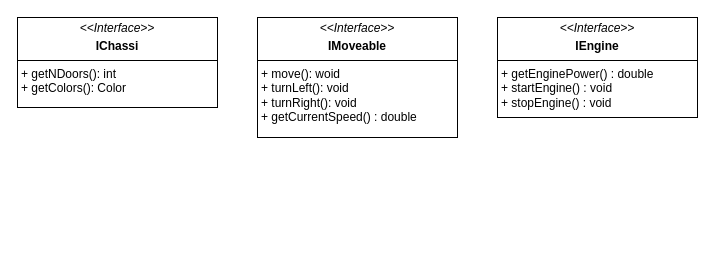
Earlier version of the draw.io diagram page "interfaces" (1 of 5) of docs/Vehicle.drawio (Systemiac/oop_assignments). Source tidied: cells renumbered, new cells numbered last; positions are measured from the earlier drawing's top-left corner, leaving out a move shared by most shapes. Both pictures are drawn from the tidied source at 100%, with x=0, y=0 at pixel (17, 17).
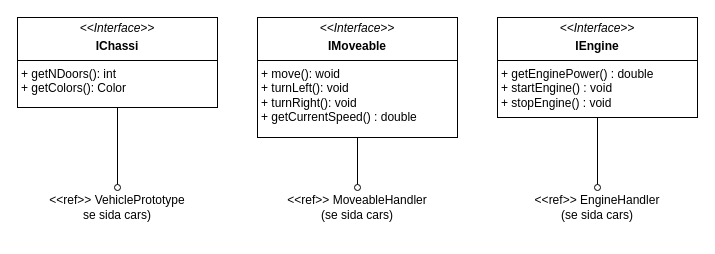
After the change.

Diff of the diagram source:
```diff
@@
 <mxGraphModel>
   <root>
     <mxCell id="0" />
     <mxCell id="1" parent="0" />
     <mxCell id="2" value="&lt;p style=&quot;margin:0px;margin-top:4px;text-align:center;&quot;&gt;&lt;i&gt;&amp;lt;&amp;lt;Interface&amp;gt;&amp;gt;&lt;/i&gt;&lt;/p&gt;&lt;p style=&quot;margin:0px;margin-top:4px;text-align:center;&quot;&gt;&lt;b&gt;IMoveable&lt;/b&gt;&lt;/p&gt;&lt;hr size=&quot;1&quot; style=&quot;border-style:solid;&quot;&gt;&lt;div style=&quot;height:2px;&quot;&gt;&lt;p style=&quot;text-wrap: nowrap; margin: 0px 0px 0px 4px;&quot;&gt;+ move(): woid&lt;br&gt;+ turnLeft(): void&lt;/p&gt;&lt;p style=&quot;text-wrap: nowrap; margin: 0px 0px 0px 4px;&quot;&gt;+ turnRight(): void&lt;/p&gt;&lt;p style=&quot;text-wrap: nowrap; margin: 0px 0px 0px 4px;&quot;&gt;&lt;span style=&quot;background-color: transparent; color: light-dark(rgb(0, 0, 0), rgb(255, 255, 255));&quot;&gt;+ getCurrentSpeed() : double&lt;/span&gt;&lt;br&gt;&lt;/p&gt;&lt;/div&gt;" style="verticalAlign=top;align=left;overflow=fill;html=1;whiteSpace=wrap;" parent="1" vertex="1">
       <mxGeometry x="240" width="200" height="120" as="geometry" />
     </mxCell>
     <mxCell id="3" value="&lt;p style=&quot;margin:0px;margin-top:4px;text-align:center;&quot;&gt;&lt;i&gt;&amp;lt;&amp;lt;Interface&amp;gt;&amp;gt;&lt;/i&gt;&lt;/p&gt;&lt;p style=&quot;margin:0px;margin-top:4px;text-align:center;&quot;&gt;&lt;b&gt;IChassi&lt;/b&gt;&lt;/p&gt;&lt;hr size=&quot;1&quot; style=&quot;border-style:solid;&quot;&gt;&lt;div style=&quot;height:2px;&quot;&gt;&lt;p style=&quot;text-wrap: nowrap; margin: 0px 0px 0px 4px;&quot;&gt;+ getNDoors(): int&lt;br&gt;&lt;/p&gt;&lt;p style=&quot;text-wrap: nowrap; margin: 0px 0px 0px 4px;&quot;&gt;+ getColors(): Color&lt;/p&gt;&lt;/div&gt;" style="verticalAlign=top;align=left;overflow=fill;html=1;whiteSpace=wrap;" parent="1" vertex="1">
       <mxGeometry width="200" height="90" as="geometry" />
     </mxCell>
     <mxCell id="4" value="&lt;p style=&quot;margin:0px;margin-top:4px;text-align:center;&quot;&gt;&lt;i&gt;&amp;lt;&amp;lt;Interface&amp;gt;&amp;gt;&lt;/i&gt;&lt;/p&gt;&lt;p style=&quot;margin:0px;margin-top:4px;text-align:center;&quot;&gt;&lt;b&gt;IEngine&lt;/b&gt;&lt;/p&gt;&lt;hr size=&quot;1&quot; style=&quot;border-style:solid;&quot;&gt;&lt;div style=&quot;height:2px;&quot;&gt;&lt;p style=&quot;text-wrap: nowrap; margin: 0px 0px 0px 4px;&quot;&gt;+ getEnginePower() :&amp;nbsp;&lt;span style=&quot;background-color: transparent; color: light-dark(rgb(0, 0, 0), rgb(255, 255, 255));&quot;&gt;double&lt;/span&gt;&lt;span style=&quot;background-color: transparent; color: light-dark(rgb(0, 0, 0), rgb(255, 255, 255));&quot;&gt;&amp;nbsp;&lt;/span&gt;&lt;/p&gt;&lt;p style=&quot;text-wrap: nowrap; margin: 0px 0px 0px 4px;&quot;&gt;&lt;span style=&quot;background-color: transparent; color: light-dark(rgb(0, 0, 0), rgb(255, 255, 255));&quot;&gt;+ startEngine() : void&lt;/span&gt;&lt;br&gt;&lt;/p&gt;&lt;p style=&quot;text-wrap: nowrap; margin: 0px 0px 0px 4px;&quot;&gt;+ stopEngine() : void&lt;/p&gt;&lt;/div&gt;" style="verticalAlign=top;align=left;overflow=fill;html=1;whiteSpace=wrap;" parent="1" vertex="1">
       <mxGeometry x="480" width="200" height="100" as="geometry" />
     </mxCell>
+    <mxCell id="5" value="&lt;br&gt; &lt;span class=&quot;hljs-symbol&quot;&gt;&amp;lt;&amp;lt;ref&amp;gt;&amp;gt;&lt;/span&gt;&amp;nbsp;VehiclePrototype se sida &lt;span class=&quot;hljs-number&quot;&gt;cars&lt;/span&gt;)&lt;div&gt;&lt;br&gt;&lt;/div&gt;" style="text;html=1;align=center;verticalAlign=middle;whiteSpace=wrap;rounded=0;" parent="1" vertex="1">
+      <mxGeometry x="55" y="170" width="90" height="40" as="geometry" />
+    </mxCell>
+    <mxCell id="6" style="edgeStyle=orthogonalEdgeStyle;rounded=0;jettySize=auto;html=1;endArrow=none;endFill=1;exitX=0.5;exitY=0;exitDx=0;exitDy=0;startFill=0;startArrow=oval;" parent="1" edge="1" source="5" target="3">
+      <mxGeometry relative="1" as="geometry" />
+    </mxCell>
+    <mxCell id="7" value="&lt;br&gt; &lt;span class=&quot;hljs-symbol&quot;&gt;&amp;lt;&amp;lt;ref&amp;gt;&amp;gt;&lt;/span&gt;&amp;nbsp;MoveableHandler (se sida &lt;span class=&quot;hljs-number&quot;&gt;cars&lt;/span&gt;)&lt;div&gt;&lt;br&gt;&lt;/div&gt;" style="text;html=1;align=center;verticalAlign=middle;whiteSpace=wrap;rounded=0;" parent="1" vertex="1">
+      <mxGeometry x="295" y="170" width="90" height="40" as="geometry" />
+    </mxCell>
+    <mxCell id="8" style="edgeStyle=orthogonalEdgeStyle;rounded=0;jettySize=auto;html=1;endArrow=none;endFill=1;exitX=0.5;exitY=0;exitDx=0;exitDy=0;startFill=0;startArrow=oval;" parent="1" edge="1" source="7" target="2">
+      <mxGeometry relative="1" as="geometry" />
+    </mxCell>
+    <mxCell id="9" value="&lt;br&gt; &lt;span class=&quot;hljs-symbol&quot;&gt;&amp;lt;&amp;lt;ref&amp;gt;&amp;gt;&lt;/span&gt;&amp;nbsp;EngineHandler&lt;br&gt;(se sida &lt;span class=&quot;hljs-number&quot;&gt;cars&lt;/span&gt;)&lt;div&gt;&lt;br&gt;&lt;/div&gt;" style="text;html=1;align=center;verticalAlign=middle;whiteSpace=wrap;rounded=0;" parent="1" vertex="1">
+      <mxGeometry x="535" y="170" width="90" height="40" as="geometry" />
+    </mxCell>
+    <mxCell id="10" style="edgeStyle=orthogonalEdgeStyle;rounded=0;jettySize=auto;html=1;endArrow=none;endFill=1;exitX=0.5;exitY=0;exitDx=0;exitDy=0;startFill=0;startArrow=oval;" parent="1" edge="1" source="9" target="4">
+      <mxGeometry relative="1" as="geometry" />
+    </mxCell>
   </root>
 </mxGraphModel>
```
